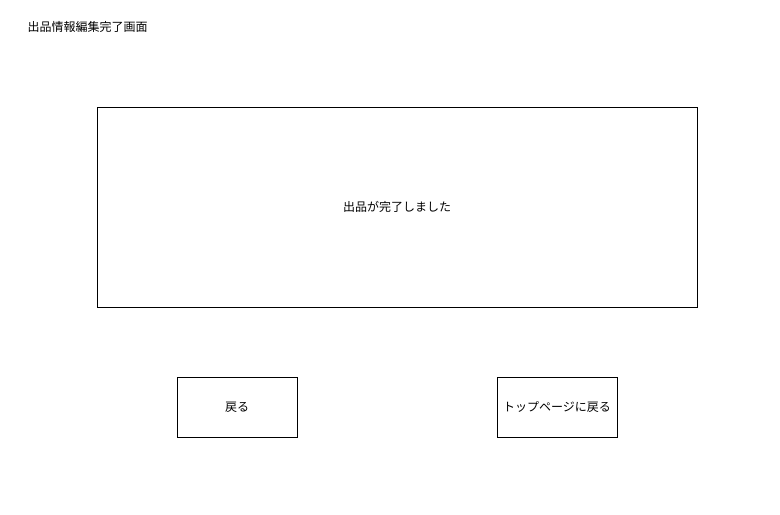
2022java42-student009/ProjectJava keeps this draw.io diagram as レイアウト図/会員画面/出品履歴/出品情報編集完了画面.drawio. Above is the earlier version. Source tidied: cells renumbered, new cells numbered last; positions are measured from the earlier drawing's top-left corner, leaving out a move shared by most shapes. Both pictures are drawn from the tidied source at 100%, with x=0, y=0 at pixel (17, 17).
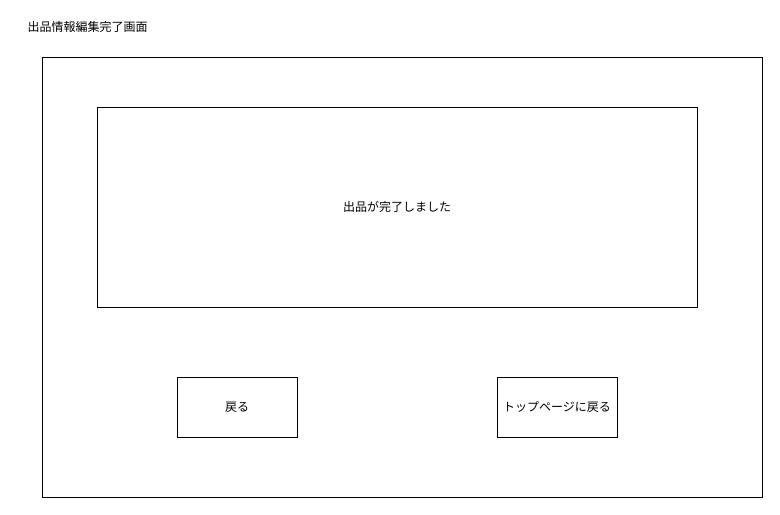
After the change.

Commit message (it also covers changes not shown here):
レイアウト図修正

The edit, as a diff of the source:
```diff
@@
 <mxGraphModel>
   <root>
     <mxCell id="0" />
     <mxCell id="1" parent="0" />
+    <mxCell id="6" style="rounded=0;whiteSpace=wrap;html=1;" parent="1" vertex="1">
+      <mxGeometry x="25" y="40" width="720" height="440" as="geometry" />
+    </mxCell>
     <mxCell id="2" value="&lt;span&gt;出品が完了しました&lt;/span&gt;" style="rounded=0;whiteSpace=wrap;html=1;" parent="1" vertex="1">
       <mxGeometry x="80" y="90" width="600" height="200" as="geometry" />
     </mxCell>
     <mxCell id="3" value="&lt;span&gt;出品情報編集完了画面&lt;/span&gt;" style="text;html=1;align=center;verticalAlign=middle;strokeColor=none;fillColor=none;" parent="1" vertex="1">
       <mxGeometry width="140" height="20" as="geometry" />
     </mxCell>
     <mxCell id="4" value="戻る" style="rounded=0;whiteSpace=wrap;html=1;" parent="1" vertex="1">
       <mxGeometry x="160" y="360" width="120" height="60" as="geometry" />
     </mxCell>
     <mxCell id="5" value="トップページに戻る" style="rounded=0;whiteSpace=wrap;html=1;" parent="1" vertex="1">
       <mxGeometry x="480" y="360" width="120" height="60" as="geometry" />
     </mxCell>
   </root>
 </mxGraphModel>
```
